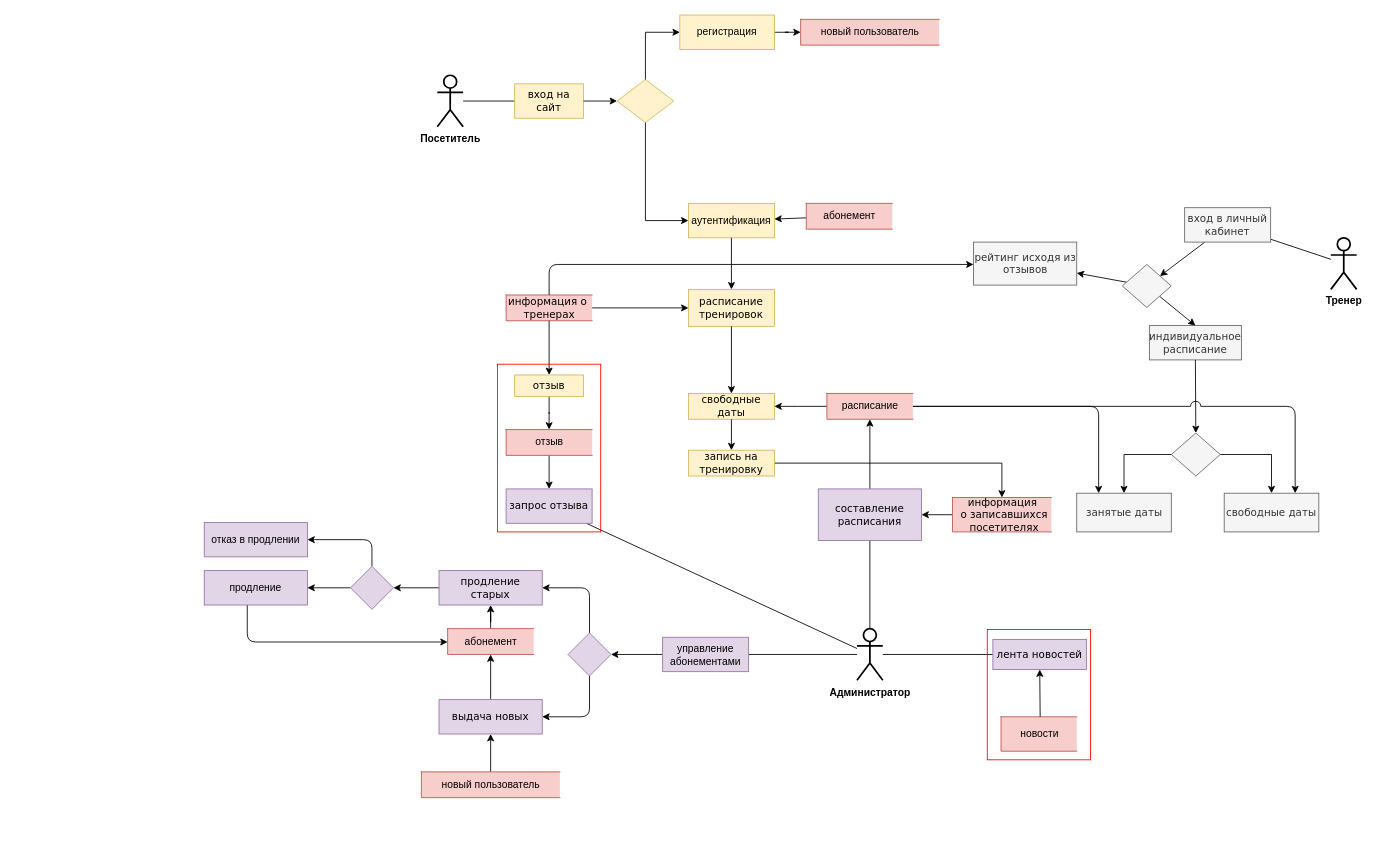
Before: диаграмма действий.drawio in yuliapyrikova/-, a draw.io diagram. Source tidied: cells renumbered, new cells numbered last; positions are measured from the earlier drawing's top-left corner, leaving out a move shared by most shapes. Both pictures are drawn from the tidied source at 86%, with x=0, y=0 at pixel (204, 15).
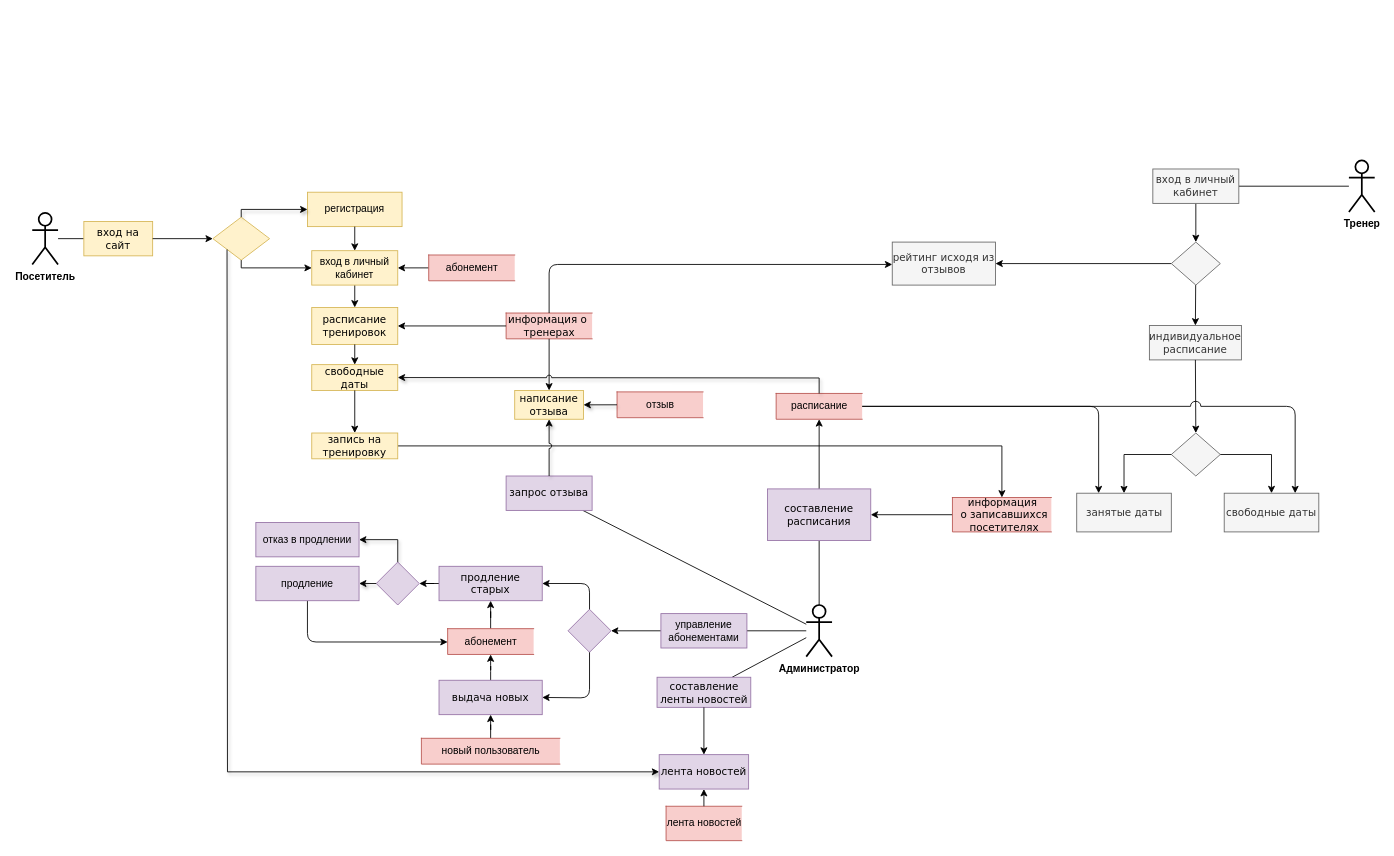
The same page after the edit.

The change refers to these unchanged cells:
```xml
<mxCell id="61" value="абонемент" style="html=1;dashed=0;whitespace=wrap;shape=partialRectangle;right=0;fillColor=#f8cecc;strokeColor=#b85450;" parent="1" vertex="1">
  <mxGeometry x="283" y="713.5" width="100" height="30" as="geometry" />
</mxCell>
```

Change to the diagram source:
```diff
@@
     <mxCell id="7" value="&lt;b&gt;Посетитель&lt;/b&gt;" style="shape=umlActor;verticalLabelPosition=bottom;verticalAlign=top;html=1;outlineConnect=0;hachureGap=4;strokeWidth=2;" parent="1" vertex="1">
-      <mxGeometry x="271" y="70" width="30" height="60" as="geometry" />
+      <mxGeometry x="-200" y="230" width="30" height="60" as="geometry" />
     </mxCell>
     <mxCell id="8" value="&lt;font style=&quot;font-size: 12px&quot; face=&quot;Verdana&quot;&gt;вход на сайт&lt;/font&gt;" style="rounded=0;whiteSpace=wrap;html=1;hachureGap=4;strokeWidth=1;fillColor=#fff2cc;strokeColor=#d6b656;" parent="1" vertex="1">
-      <mxGeometry x="361" y="80" width="80" height="40" as="geometry" />
+      <mxGeometry x="-140" y="240" width="80" height="40" as="geometry" />
     </mxCell>
     <mxCell id="9" value="&lt;b&gt;Администратор&lt;/b&gt;" style="shape=umlActor;verticalLabelPosition=bottom;verticalAlign=top;html=1;outlineConnect=0;fontSize=12;strokeWidth=2;" parent="1" vertex="1">
-      <mxGeometry x="759" y="713.5" width="30" height="60" as="geometry" />
+      <mxGeometry x="700" y="686" width="30" height="60" as="geometry" />
     </mxCell>
     <mxCell id="10" value="&lt;b&gt;Тренер&lt;/b&gt;" style="shape=umlActor;verticalLabelPosition=bottom;verticalAlign=top;html=1;outlineConnect=0;fontSize=12;strokeWidth=2;" parent="1" vertex="1">
-      <mxGeometry x="1310" y="259" width="30" height="60" as="geometry" />
+      <mxGeometry x="1331" y="169" width="30" height="60" as="geometry" />
     </mxCell>
-    <mxCell id="11" value="аутентификация" style="rounded=0;whiteSpace=wrap;html=1;hachureGap=4;strokeWidth=1;fillColor=#fff2cc;strokeColor=#d6b656;" parent="1" vertex="1">
-      <mxGeometry x="563" y="219" width="100" height="40" as="geometry" />
-    </mxCell>
@@
     <mxCell id="13" value="&lt;font face=&quot;Verdana&quot;&gt;вход в личный кабинет&lt;/font&gt;" style="rounded=0;whiteSpace=wrap;html=1;hachureGap=4;strokeWidth=1;fillColor=#f5f5f5;strokeColor=#666666;fontColor=#333333;" parent="1" vertex="1">
-      <mxGeometry x="1140" y="224" width="100" height="40" as="geometry" />
+      <mxGeometry x="1103" y="179" width="100" height="40" as="geometry" />
     </mxCell>
     <mxCell id="14" value="&lt;font face=&quot;Verdana&quot;&gt;расписание тренировок&lt;/font&gt;" style="whiteSpace=wrap;html=1;rounded=0;strokeWidth=1;hachureGap=4;fillColor=#fff2cc;strokeColor=#d6b656;" parent="1" vertex="1">
-      <mxGeometry x="563" y="319" width="100" height="43" as="geometry" />
+      <mxGeometry x="125" y="340" width="100" height="43" as="geometry" />
     </mxCell>
     <mxCell id="15" value="&lt;font face=&quot;Verdana&quot;&gt;свободные даты&lt;/font&gt;" style="whiteSpace=wrap;html=1;rounded=0;strokeWidth=1;hachureGap=4;fillColor=#fff2cc;strokeColor=#d6b656;" parent="1" vertex="1">
-      <mxGeometry x="563" y="440" width="100" height="30" as="geometry" />
+      <mxGeometry x="125" y="406.5" width="100" height="30" as="geometry" />
     </mxCell>
-    <mxCell id="16" style="endArrow=classic;html=1;fontSize=12;entryX=0;entryY=0.5;entryDx=0;entryDy=0;exitX=1;exitY=0.5;exitDx=0;exitDy=0;" parent="1" edge="1" source="18" target="14">
-      <mxGeometry relative="1" as="geometry" />
-    </mxCell>
@@
     <mxCell id="18" value="&lt;font face=&quot;Verdana&quot;&gt;информация о&amp;nbsp;&lt;br&gt;тренерах&lt;/font&gt;" style="html=1;dashed=0;whitespace=wrap;shape=partialRectangle;right=0;fontSize=12;strokeWidth=1;fillColor=#f8cecc;strokeColor=#b85450;" parent="1" vertex="1">
-      <mxGeometry x="351" y="325.5" width="100" height="30" as="geometry" />
+      <mxGeometry x="351" y="346.5" width="100" height="30" as="geometry" />
     </mxCell>
@@
     <mxCell id="23" value="&lt;font face=&quot;Verdana&quot;&gt;запись на тренировку&lt;/font&gt;" style="whiteSpace=wrap;html=1;rounded=0;strokeWidth=1;hachureGap=4;fillColor=#fff2cc;strokeColor=#d6b656;" parent="1" vertex="1">
-      <mxGeometry x="563" y="506" width="100" height="30" as="geometry" />
+      <mxGeometry x="125" y="486" width="100" height="30" as="geometry" />
     </mxCell>
@@
     <mxCell id="32" style="rhombus;whiteSpace=wrap;html=1;strokeWidth=1;fillColor=#e1d5e7;strokeColor=#9673a6;" parent="1" vertex="1">
-      <mxGeometry x="423" y="718.5" width="50" height="50" as="geometry" />
+      <mxGeometry x="423" y="691" width="50" height="50" as="geometry" />
     </mxCell>
@@
     <mxCell id="35" value="управление абонементами" style="rounded=0;whiteSpace=wrap;html=1;fillColor=#e1d5e7;strokeColor=#9673a6;" parent="1" vertex="1">
-      <mxGeometry x="533" y="723.5" width="100" height="40" as="geometry" />
+      <mxGeometry x="531" y="696" width="100" height="40" as="geometry" />
     </mxCell>
@@
     <mxCell id="37" value="&lt;font style=&quot;font-size: 12px&quot; face=&quot;Verdana&quot;&gt;продление старых&lt;/font&gt;" style="rounded=0;whiteSpace=wrap;html=1;strokeWidth=1;fillColor=#e1d5e7;strokeColor=#9673a6;" parent="1" vertex="1">
-      <mxGeometry x="273" y="646" width="120" height="40" as="geometry" />
+      <mxGeometry x="273" y="641" width="120" height="40" as="geometry" />
     </mxCell>
@@
     <mxCell id="40" value="&lt;font face=&quot;Verdana&quot;&gt;выдача новых&lt;/font&gt;" style="rounded=0;whiteSpace=wrap;html=1;strokeWidth=1;fillColor=#e1d5e7;strokeColor=#9673a6;" parent="1" vertex="1">
-      <mxGeometry x="273" y="796" width="120" height="40" as="geometry" />
+      <mxGeometry x="273" y="773.5" width="120" height="40" as="geometry" />
     </mxCell>
     <mxCell id="41" style="endArrow=classic;html=1;strokeWidth=1;exitX=0.5;exitY=0;exitDx=0;exitDy=0;entryX=1;entryY=0.5;entryDx=0;entryDy=0;" parent="1" edge="1" source="32" target="37">
       <mxGeometry relative="1" as="geometry">
         <Array as="points">
-          <mxPoint x="448" y="666" />
+          <mxPoint x="448" y="661" />
         </Array>
       </mxGeometry>
     </mxCell>
     <mxCell id="42" style="endArrow=classic;html=1;strokeWidth=1;exitX=0.5;exitY=1;exitDx=0;exitDy=0;entryX=1;entryY=0.5;entryDx=0;entryDy=0;" parent="1" edge="1" source="32" target="40">
       <mxGeometry relative="1" as="geometry">
         <Array as="points">
-          <mxPoint x="448" y="816" />
+          <mxPoint x="448" y="794" />
         </Array>
       </mxGeometry>
     </mxCell>
@@
     <mxCell id="44" value="&lt;font face=&quot;Verdana&quot;&gt;составление расписания&lt;/font&gt;" style="rounded=0;whiteSpace=wrap;html=1;strokeWidth=1;fillColor=#e1d5e7;strokeColor=#9673a6;" parent="1" vertex="1">
-      <mxGeometry x="714" y="551" width="120" height="60" as="geometry" />
+      <mxGeometry x="655" y="551" width="120" height="60" as="geometry" />
     </mxCell>
-    <mxCell id="45" style="edgeStyle=orthogonalEdgeStyle;rounded=0;jettySize=auto;html=1;endArrow=classic;endFill=1;" parent="1" edge="1" source="46" target="60">
-      <mxGeometry relative="1" as="geometry" />
-    </mxCell>
-    <mxCell id="46" value="&lt;font face=&quot;Verdana&quot;&gt;отзыв&lt;/font&gt;" style="whiteSpace=wrap;html=1;dashed=0;strokeWidth=1;fillColor=#fff2cc;strokeColor=#d6b656;" parent="1" vertex="1">
-      <mxGeometry x="361" y="418.5" width="80" height="25" as="geometry" />
+    <mxCell id="46" value="&lt;font face=&quot;Verdana&quot;&gt;написание отзыва&lt;/font&gt;" style="whiteSpace=wrap;html=1;dashed=0;strokeWidth=1;fillColor=#fff2cc;strokeColor=#d6b656;" parent="1" vertex="1">
+      <mxGeometry x="361" y="436.5" width="80" height="33.5" as="geometry" />
     </mxCell>
@@
     <mxCell id="48" value="&lt;font face=&quot;Verdana&quot;&gt;рейтинг исходя из отзывов&lt;/font&gt;" style="rounded=0;whiteSpace=wrap;html=1;strokeWidth=1;fillColor=#f5f5f5;strokeColor=#666666;fontColor=#333333;" parent="1" vertex="1">
-      <mxGeometry x="894.5" y="264" width="120" height="50" as="geometry" />
+      <mxGeometry x="800" y="264" width="120" height="50" as="geometry" />
     </mxCell>
@@
-    <mxCell id="51" value="&lt;font face=&quot;Verdana&quot;&gt;лента новостей&lt;/font&gt;" style="rounded=0;whiteSpace=wrap;html=1;strokeWidth=1;fillColor=#e1d5e7;strokeColor=#9673a6;" parent="1" vertex="1">
-      <mxGeometry x="917" y="726" width="109" height="35" as="geometry" />
+    <mxCell id="51" value="&lt;font face=&quot;Verdana&quot;&gt;составление ленты новостей&lt;/font&gt;" style="rounded=0;whiteSpace=wrap;html=1;strokeWidth=1;fillColor=#e1d5e7;strokeColor=#9673a6;" parent="1" vertex="1">
+      <mxGeometry x="526.5" y="770" width="109" height="35" as="geometry" />
     </mxCell>
     <mxCell id="52" value="&lt;font face=&quot;Verdana&quot;&gt;запрос отзыва&lt;/font&gt;" style="rounded=0;whiteSpace=wrap;html=1;strokeWidth=1;fillColor=#e1d5e7;strokeColor=#9673a6;" parent="1" vertex="1">
-      <mxGeometry x="351" y="551" width="100" height="40" as="geometry" />
+      <mxGeometry x="351" y="536" width="100" height="40" as="geometry" />
     </mxCell>
@@
-    <mxCell id="54" value="новости" style="html=1;dashed=0;whitespace=wrap;shape=partialRectangle;right=0;fontSize=12;strokeWidth=1;fillColor=#f8cecc;strokeColor=#b85450;" parent="1" vertex="1">
-      <mxGeometry x="926.5" y="816" width="88" height="40" as="geometry" />
+    <mxCell id="54" value="лента новостей" style="html=1;dashed=0;whitespace=wrap;shape=partialRectangle;right=0;fontSize=12;strokeWidth=1;fillColor=#f8cecc;strokeColor=#b85450;" parent="1" vertex="1">
+      <mxGeometry x="537" y="920" width="88" height="40" as="geometry" />
     </mxCell>
-    <mxCell id="55" style="endArrow=classic;html=1;strokeWidth=1;entryX=0.5;entryY=1;entryDx=0;entryDy=0;" parent="1" edge="1" target="51">
-      <mxGeometry relative="1" as="geometry">
-        <mxPoint x="972" y="816" as="sourcePoint" />
-      </mxGeometry>
-    </mxCell>
-    <mxCell id="56" style="edgeStyle=orthogonalEdgeStyle;rounded=0;jettySize=auto;html=1;endArrow=classic;endFill=1;" parent="1" edge="1" source="58" target="15">
-      <mxGeometry relative="1" as="geometry">
-        <Array as="points">
-          <mxPoint x="690" y="455" />
-          <mxPoint x="690" y="455" />
-        </Array>
-      </mxGeometry>
-    </mxCell>
@@
     <mxCell id="58" value="расписание" style="html=1;dashed=0;whitespace=wrap;shape=partialRectangle;right=0;fillColor=#f8cecc;strokeColor=#b85450;" parent="1" vertex="1">
-      <mxGeometry x="724" y="440" width="100" height="30" as="geometry" />
+      <mxGeometry x="665" y="440" width="100" height="30" as="geometry" />
     </mxCell>
-    <mxCell id="59" style="edgeStyle=orthogonalEdgeStyle;rounded=0;jettySize=auto;html=1;endArrow=classic;endFill=1;" parent="1" edge="1" source="60" target="52">
-      <mxGeometry relative="1" as="geometry">
-        <Array as="points">
-          <mxPoint x="400" y="555" />
-        </Array>
-      </mxGeometry>
-    </mxCell>
     <mxCell id="60" value="отзыв" style="html=1;dashed=0;whitespace=wrap;shape=partialRectangle;right=0;fillColor=#f8cecc;strokeColor=#b85450;" parent="1" vertex="1">
-      <mxGeometry x="351" y="482" width="100" height="30" as="geometry" />
+      <mxGeometry x="480" y="438.2" width="100" height="30" as="geometry" />
     </mxCell>
@@
     <mxCell id="62" style="rhombus;whiteSpace=wrap;html=1;fillColor=#fff2cc;strokeColor=#d6b656;" parent="1" vertex="1">
-      <mxGeometry x="480" y="75" width="66" height="50" as="geometry" />
+      <mxGeometry x="10" y="235" width="66" height="50" as="geometry" />
     </mxCell>
-    <mxCell id="63" style="edgeStyle=orthogonalEdgeStyle;rounded=1;jumpStyle=arc;jumpSize=12;jettySize=auto;html=1;" parent="1" edge="1" source="64" target="72">
-      <mxGeometry relative="1" as="geometry" />
-    </mxCell>
     <mxCell id="64" value="регистрация" style="rounded=0;whiteSpace=wrap;html=1;hachureGap=4;strokeWidth=1;fillColor=#fff2cc;strokeColor=#d6b656;" parent="1" vertex="1">
-      <mxGeometry x="553" width="110" height="40" as="geometry" />
+      <mxGeometry x="120" y="206" width="110" height="40" as="geometry" />
     </mxCell>
@@
-    <mxCell id="66" style="endArrow=classic;html=1;rounded=0;entryX=0;entryY=0.5;entryDx=0;entryDy=0;edgeStyle=orthogonalEdgeStyle;" parent="1" edge="1" source="62" target="11">
-      <mxGeometry relative="1" as="geometry">
-        <Array as="points">
-          <mxPoint x="513" y="239" />
-        </Array>
-      </mxGeometry>
-    </mxCell>
-    <mxCell id="67" style="endArrow=classic;html=1;rounded=0;entryX=0;entryY=0.5;entryDx=0;entryDy=0;edgeStyle=orthogonalEdgeStyle;" parent="1" edge="1" source="62" target="64">
-      <mxGeometry relative="1" as="geometry">
-        <Array as="points">
-          <mxPoint x="513" y="20" />
-        </Array>
-      </mxGeometry>
-    </mxCell>
-    <mxCell id="68" style="endArrow=classic;html=1;rounded=0;" parent="1" edge="1" source="71" target="11">
+    <mxCell id="68" style="endArrow=classic;html=1;rounded=0;entryX=1;entryY=0.5;entryDx=0;entryDy=0;" parent="1" edge="1" source="71" target="84">
       <mxGeometry relative="1" as="geometry" />
     </mxCell>
-    <mxCell id="69" style="rounded=0;jettySize=auto;html=1;" parent="1" edge="1" source="11" target="14">
+    <mxCell id="69" style="rounded=0;jettySize=auto;html=1;exitX=0.5;exitY=1;exitDx=0;exitDy=0;" parent="1" edge="1" source="84" target="14">
       <mxGeometry relative="1" as="geometry" />
     </mxCell>
@@
     <mxCell id="71" value="абонемент" style="html=1;dashed=0;whitespace=wrap;shape=partialRectangle;right=0;fontSize=12;strokeWidth=1;fillColor=#f8cecc;strokeColor=#b85450;" parent="1" vertex="1">
-      <mxGeometry x="700" y="219" width="100" height="30" as="geometry" />
+      <mxGeometry x="261" y="279" width="100" height="30" as="geometry" />
     </mxCell>
-    <mxCell id="72" value="новый пользователь" style="html=1;dashed=0;whitespace=wrap;shape=partialRectangle;right=0;fontSize=12;strokeWidth=1;fillColor=#f8cecc;strokeColor=#b85450;" parent="1" vertex="1">
-      <mxGeometry x="693.5" y="5" width="161" height="30" as="geometry" />
-    </mxCell>
@@
     <mxCell id="74" value="новый пользователь" style="html=1;dashed=0;whitespace=wrap;shape=partialRectangle;right=0;fontSize=12;strokeWidth=1;fillColor=#f8cecc;strokeColor=#b85450;" parent="1" vertex="1">
-      <mxGeometry x="252.5" y="880" width="161" height="30" as="geometry" />
+      <mxGeometry x="252.5" y="841" width="161" height="30" as="geometry" />
     </mxCell>
-    <mxCell id="75" style="edgeStyle=orthogonalEdgeStyle;rounded=1;jumpStyle=arc;jumpSize=12;jettySize=auto;html=1;" parent="1" edge="1" source="77" target="80">
-      <mxGeometry relative="1" as="geometry">
-        <Array as="points">
-          <mxPoint x="195" y="610" />
-        </Array>
-      </mxGeometry>
-    </mxCell>
-    <mxCell id="76" style="edgeStyle=orthogonalEdgeStyle;rounded=1;jumpStyle=arc;jumpSize=12;jettySize=auto;html=1;" parent="1" edge="1" source="77" target="79">
-      <mxGeometry relative="1" as="geometry" />
-    </mxCell>
     <mxCell id="77" style="rhombus;whiteSpace=wrap;html=1;strokeWidth=1;fillColor=#e1d5e7;strokeColor=#9673a6;" parent="1" vertex="1">
-      <mxGeometry x="170" y="641" width="50" height="50" as="geometry" />
+      <mxGeometry x="200" y="636" width="50" height="50" as="geometry" />
     </mxCell>
-    <mxCell id="78" style="edgeStyle=orthogonalEdgeStyle;rounded=1;jumpStyle=arc;jumpSize=12;jettySize=auto;html=1;" parent="1" edge="1" source="79" target="61">
+    <mxCell id="78" style="edgeStyle=orthogonalEdgeStyle;rounded=1;jumpStyle=arc;jumpSize=12;jettySize=auto;html=1;exitX=0.5;exitY=1;exitDx=0;exitDy=0;" parent="1" edge="1" source="79" target="61">
       <mxGeometry relative="1" as="geometry">
         <Array as="points">
-          <mxPoint x="50" y="729" />
+          <mxPoint x="120" y="729" />
         </Array>
       </mxGeometry>
     </mxCell>
     <mxCell id="79" value="продление" style="rounded=0;whiteSpace=wrap;html=1;strokeWidth=1;fillColor=#e1d5e7;strokeColor=#9673a6;" parent="1" vertex="1">
-      <mxGeometry y="646" width="120" height="40" as="geometry" />
+      <mxGeometry x="60" y="641" width="120" height="40" as="geometry" />
     </mxCell>
     <mxCell id="80" value="отказ в продлении" style="rounded=0;whiteSpace=wrap;html=1;strokeWidth=1;fillColor=#e1d5e7;strokeColor=#9673a6;" parent="1" vertex="1">
-      <mxGeometry y="590" width="120" height="40" as="geometry" />
+      <mxGeometry x="60" y="590" width="120" height="40" as="geometry" />
     </mxCell>
-    <mxCell id="81" style="rounded=0;whiteSpace=wrap;html=1;fillColor=none;strokeColor=#FF0000;" parent="1" vertex="1">
-      <mxGeometry x="341" y="406" width="120" height="195" as="geometry" />
-    </mxCell>
-    <mxCell id="82" style="rounded=0;whiteSpace=wrap;html=1;fillColor=none;strokeColor=#FF0000;" parent="1" vertex="1">
-      <mxGeometry x="910.5" y="714.5" width="120" height="151.5" as="geometry" />
-    </mxCell>
     <mxCell id="83" style="rhombus;whiteSpace=wrap;html=1;fillColor=#f5f5f5;strokeColor=#666666;fontColor=#333333;" parent="1" vertex="1">
-      <mxGeometry x="1067.5" y="290" width="57" height="50" as="geometry" />
+      <mxGeometry x="1124.5" y="264" width="57" height="50" as="geometry" />
     </mxCell>
+    <mxCell id="84" value="вход в личный кабинет" style="rounded=0;whiteSpace=wrap;html=1;hachureGap=4;strokeWidth=1;fillColor=#fff2cc;strokeColor=#d6b656;" parent="1" vertex="1">
+      <mxGeometry x="125" y="274" width="100" height="40" as="geometry" />
+    </mxCell>
+    <mxCell id="85" style="endArrow=classic;html=1;rounded=0;exitX=0.5;exitY=1;exitDx=0;exitDy=0;entryX=0.5;entryY=0;entryDx=0;entryDy=0;" parent="1" edge="1" source="64" target="84">
+      <mxGeometry relative="1" as="geometry" />
+    </mxCell>
+    <mxCell id="86" style="endArrow=classic;html=1;rounded=0;exitX=0.5;exitY=1;exitDx=0;exitDy=0;entryX=0;entryY=0.5;entryDx=0;entryDy=0;" parent="1" edge="1" source="62" target="84">
+      <mxGeometry relative="1" as="geometry">
+        <Array as="points">
+          <mxPoint x="43" y="294" />
+        </Array>
+      </mxGeometry>
+    </mxCell>
+    <mxCell id="87" value="&lt;font face=&quot;Verdana&quot;&gt;лента новостей&lt;/font&gt;" style="rounded=0;whiteSpace=wrap;html=1;strokeWidth=1;fillColor=#e1d5e7;strokeColor=#9673a6;" parent="1" vertex="1">
+      <mxGeometry x="529" y="860" width="104" height="40" as="geometry" />
+    </mxCell>
+    <mxCell id="88" style="endArrow=classic;html=1;rounded=0;exitX=0.5;exitY=0;exitDx=0;exitDy=0;entryX=0.5;entryY=1;entryDx=0;entryDy=0;" parent="1" edge="1" source="54" target="87">
+      <mxGeometry relative="1" as="geometry" />
+    </mxCell>
+    <mxCell id="89" style="endArrow=classic;html=1;rounded=0;exitX=0.5;exitY=1;exitDx=0;exitDy=0;entryX=0.5;entryY=0;entryDx=0;entryDy=0;" parent="1" edge="1" source="51" target="87">
+      <mxGeometry relative="1" as="geometry" />
+    </mxCell>
+    <mxCell id="16" style="endArrow=classic;html=1;rounded=0;exitX=0;exitY=0.5;exitDx=0;exitDy=0;entryX=1;entryY=0.5;entryDx=0;entryDy=0;" parent="1" edge="1" source="18" target="14">
+      <mxGeometry relative="1" as="geometry" />
+    </mxCell>
+    <mxCell id="56" style="endArrow=classic;html=1;rounded=0;exitX=0.5;exitY=0;exitDx=0;exitDy=0;entryX=1;entryY=0.5;entryDx=0;entryDy=0;shadow=1;jumpStyle=arc;" parent="1" edge="1" source="58" target="15">
+      <mxGeometry relative="1" as="geometry">
+        <Array as="points">
+          <mxPoint x="715" y="422" />
+        </Array>
+      </mxGeometry>
+    </mxCell>
+    <mxCell id="75" style="endArrow=classic;html=1;rounded=0;shadow=1;jumpStyle=arc;exitX=0.5;exitY=0;exitDx=0;exitDy=0;entryX=1;entryY=0.5;entryDx=0;entryDy=0;" parent="1" edge="1" source="77" target="80">
+      <mxGeometry relative="1" as="geometry">
+        <Array as="points">
+          <mxPoint x="225" y="610" />
+        </Array>
+      </mxGeometry>
+    </mxCell>
+    <mxCell id="90" style="endArrow=classic;html=1;rounded=0;shadow=1;jumpStyle=arc;exitX=0;exitY=1;exitDx=0;exitDy=0;entryX=0;entryY=0.5;entryDx=0;entryDy=0;" parent="1" edge="1" source="62" target="87">
+      <mxGeometry relative="1" as="geometry">
+        <Array as="points">
+          <mxPoint x="27" y="880" />
+        </Array>
+      </mxGeometry>
+    </mxCell>
+    <mxCell id="76" style="endArrow=classic;html=1;rounded=0;shadow=1;jumpStyle=arc;entryX=1;entryY=0.5;entryDx=0;entryDy=0;exitX=0;exitY=0.5;exitDx=0;exitDy=0;" parent="1" edge="1" source="77" target="79">
+      <mxGeometry relative="1" as="geometry" />
+    </mxCell>
+    <mxCell id="91" style="endArrow=classic;html=1;rounded=0;shadow=1;jumpStyle=arc;exitX=0.5;exitY=0;exitDx=0;exitDy=0;entryX=0.5;entryY=1;entryDx=0;entryDy=0;" parent="1" edge="1" source="52" target="46">
+      <mxGeometry relative="1" as="geometry" />
+    </mxCell>
+    <mxCell id="92" style="endArrow=classic;html=1;rounded=0;shadow=1;jumpStyle=arc;exitX=0;exitY=0.5;exitDx=0;exitDy=0;entryX=1;entryY=0.5;entryDx=0;entryDy=0;" parent="1" edge="1" source="60" target="46">
+      <mxGeometry relative="1" as="geometry" />
+    </mxCell>
+    <mxCell id="67" style="endArrow=classic;html=1;rounded=0;shadow=1;jumpStyle=arc;exitX=0.5;exitY=0;exitDx=0;exitDy=0;entryX=0;entryY=0.5;entryDx=0;entryDy=0;" parent="1" edge="1" source="62" target="64">
+      <mxGeometry relative="1" as="geometry">
+        <Array as="points">
+          <mxPoint x="43" y="226" />
+        </Array>
+      </mxGeometry>
+    </mxCell>
```
